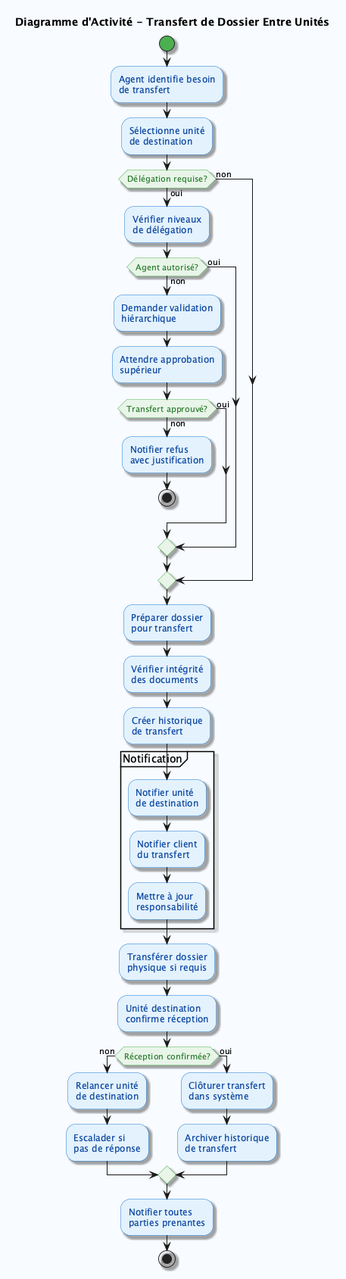
The PlantUML diagram SYSTEME-OUVERTURE-COMPTE/DIAGRAMMES-ACTIVITE/TransfertDossier.png in caranvalis/diagramePlantUml, before a commit.
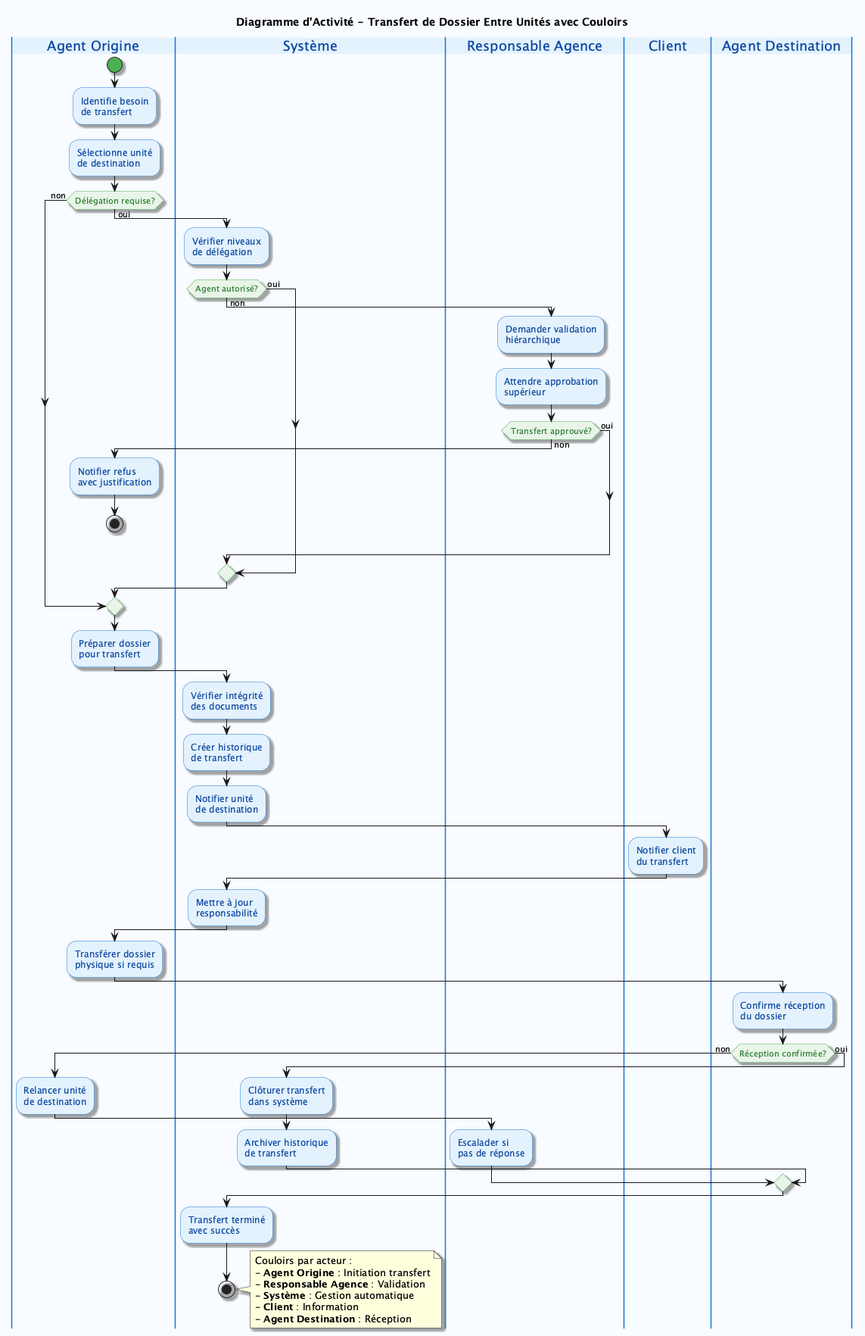
The same file after the commit.

What changed in the source:
```diff
@@ -10,83 +10,108 @@
     StartColor #4CAF50
     EndColor #F44336
 }
+skinparam swimlane {
+    BorderColor #1976D2
+    TitleBackgroundColor #E3F2FD
+    TitleFontColor #0D47A1
+}
 skinparam shadowing true
 
-title Diagramme d'Activité - Transfert de Dossier Entre Unités
+title Diagramme d'Activité - Transfert de Dossier Entre Unités avec Couloirs
 
+|Agent Origine|
 start
-
-:Agent identifie besoin
+:Identifie besoin
 de transfert;
 
 :Sélectionne unité
 de destination;
 
 if (Délégation requise?) then (oui)
-    :Vérifier niveaux
-    de délégation;
+|Système|
+:Vérifier niveaux
+de délégation;
 
-    if (Agent autorisé?) then (non)
-        :Demander validation
-        hiérarchique;
+if (Agent autorisé?) then (non)
+|Responsable Agence|
+:Demander validation
+hiérarchique;
 
-        :Attendre approbation
-        supérieur;
+:Attendre approbation
+supérieur;
 
-        if (Transfert approuvé?) then (non)
-            :Notifier refus
-            avec justification;
-            stop
-        else (oui)
-        endif
-    else (oui)
-    endif
+if (Transfert approuvé?) then (non)
+|Agent Origine|
+:Notifier refus
+avec justification;
+stop
+else (oui)
+endif
+else (oui)
+endif
 else (non)
 endif
 
+|Agent Origine|
 :Préparer dossier
 pour transfert;
 
+|Système|
 :Vérifier intégrité
 des documents;
 
 :Créer historique
 de transfert;
 
-partition "Notification" {
-    :Notifier unité
-    de destination;
+|Système|
+:Notifier unité
+de destination;
 
-    :Notifier client
-    du transfert;
+|Client|
+:Notifier client
+du transfert;
 
-    :Mettre à jour
-    responsabilité;
-}
+|Système|
+:Mettre à jour
+responsabilité;
 
+|Agent Origine|
 :Transférer dossier
 physique si requis;
 
-:Unité destination
-confirme réception;
+|Agent Destination|
+:Confirme réception
+du dossier;
 
 if (Réception confirmée?) then (non)
-    :Relancer unité
-    de destination;
+|Agent Origine|
+:Relancer unité
+de destination;
 
-    :Escalader si
-    pas de réponse;
+|Responsable Agence|
+:Escalader si
+pas de réponse;
 else (oui)
-    :Clôturer transfert
-    dans système;
+|Système|
+:Clôturer transfert
+dans système;
 
-    :Archiver historique
-    de transfert;
+:Archiver historique
+de transfert;
 endif
 
-:Notifier toutes
-parties prenantes;
+:Transfert terminé
+avec succès;
 
 stop
 
+note right
+Couloirs par acteur :
+- **Agent Origine** : Initiation transfert
+- **Responsable Agence** : Validation
+- **Système** : Gestion automatique
+- **Client** : Information
+- **Agent Destination** : Réception
+end note
+
 @enduml
```
